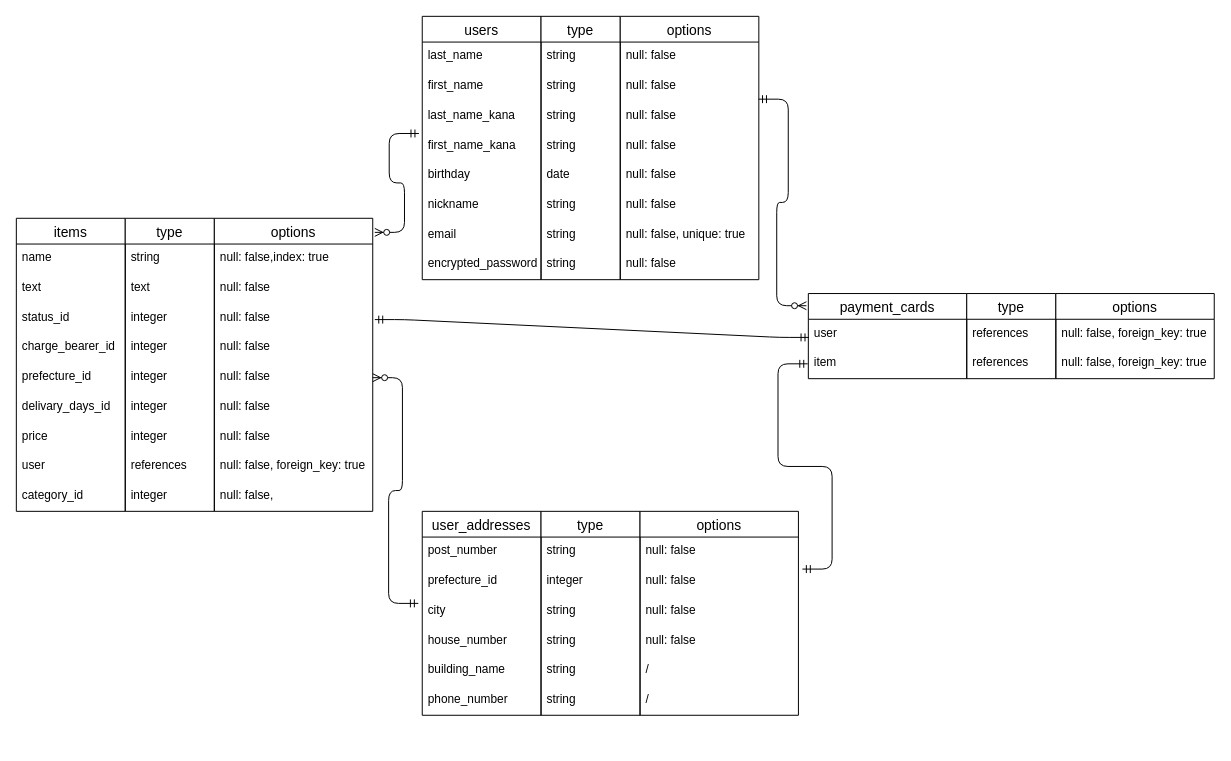
The draw.io diagram ー/FURIMA-35792.dio in bakuchunin/furima-35792, before the edit. Source tidied: cells renumbered, new cells numbered last; positions are measured from the earlier drawing's top-left corner, leaving out a move shared by most shapes. Both pictures are drawn from the tidied source at 99%, with x=0, y=0 at pixel (16, 16).
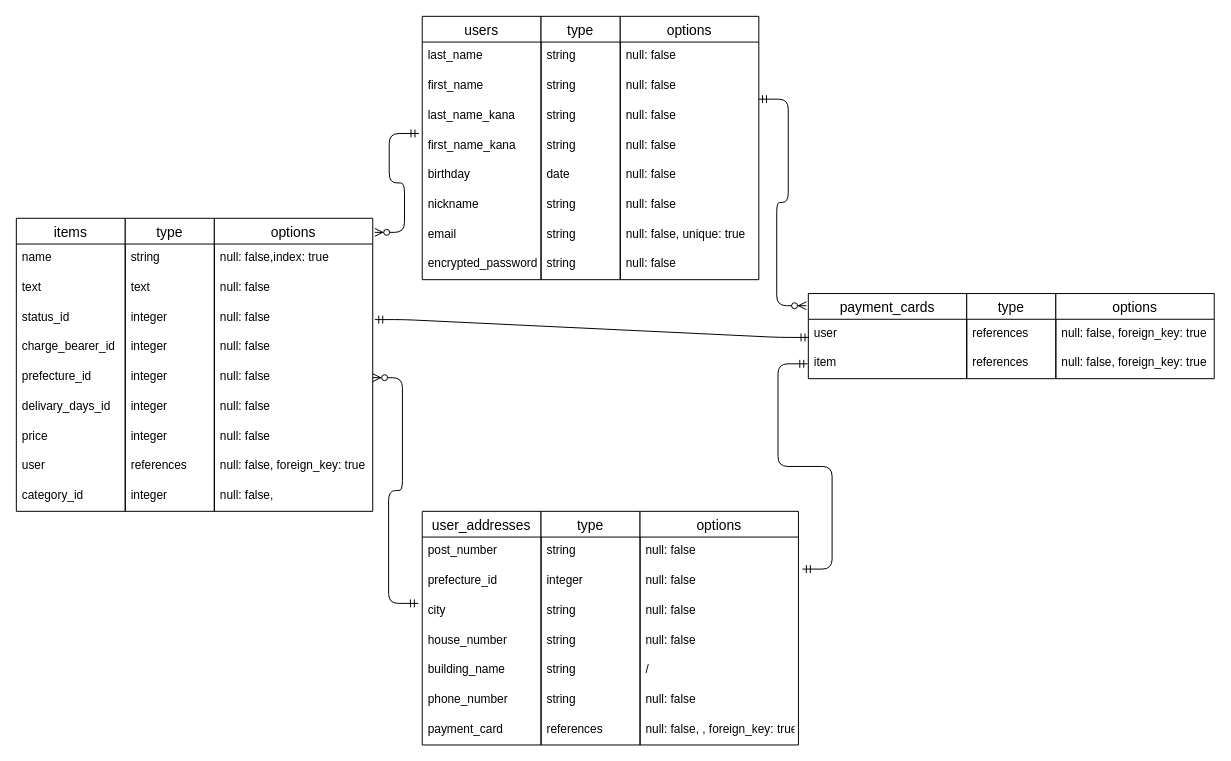
The same diagram, later.

What changed in the source:
```diff
@@
     <mxCell id="59" value="user_addresses" style="swimlane;fontStyle=0;horizontal=1;startSize=26;align=center;fontSize=14;" parent="1" vertex="1">
-      <mxGeometry x="410" y="500" width="120" height="206" as="geometry" />
+      <mxGeometry x="410" y="500" width="120" height="236" as="geometry" />
     </mxCell>
@@
+    <mxCell id="94" value="payment_card" style="text;strokeColor=none;fillColor=none;spacingLeft=4;spacingRight=4;overflow=hidden;fontSize=12;" parent="59" vertex="1">
+      <mxGeometry y="206" width="120" height="30" as="geometry" />
+    </mxCell>
     <mxCell id="66" value="type" style="swimlane;fontStyle=0;horizontal=1;startSize=26;align=center;fontSize=14;" parent="1" vertex="1">
-      <mxGeometry x="530" y="500" width="100" height="206" as="geometry" />
+      <mxGeometry x="530" y="500" width="100" height="236" as="geometry" />
     </mxCell>
@@
+    <mxCell id="95" value="references" style="text;strokeColor=none;fillColor=none;spacingLeft=4;spacingRight=4;overflow=hidden;fontSize=12;" parent="66" vertex="1">
+      <mxGeometry y="206" width="100" height="30" as="geometry" />
+    </mxCell>
     <mxCell id="73" value="options" style="swimlane;fontStyle=0;horizontal=1;startSize=26;align=center;fontSize=14;" parent="1" vertex="1">
-      <mxGeometry x="630" y="500" width="160" height="206" as="geometry" />
+      <mxGeometry x="630" y="500" width="160" height="236" as="geometry" />
     </mxCell>
@@
-    <mxCell id="79" value="/" style="text;strokeColor=none;fillColor=none;spacingLeft=4;spacingRight=4;overflow=hidden;fontSize=12;" parent="73" vertex="1">
+    <mxCell id="79" value="null: false" style="text;strokeColor=none;fillColor=none;spacingLeft=4;spacingRight=4;overflow=hidden;fontSize=12;" parent="73" vertex="1">
       <mxGeometry y="176" width="160" height="30" as="geometry" />
     </mxCell>
+    <mxCell id="96" value="null: false, , foreign_key: true" style="text;strokeColor=none;fillColor=none;spacingLeft=4;spacingRight=4;overflow=hidden;fontSize=12;" parent="73" vertex="1">
+      <mxGeometry y="206" width="160" height="30" as="geometry" />
+    </mxCell>
```
